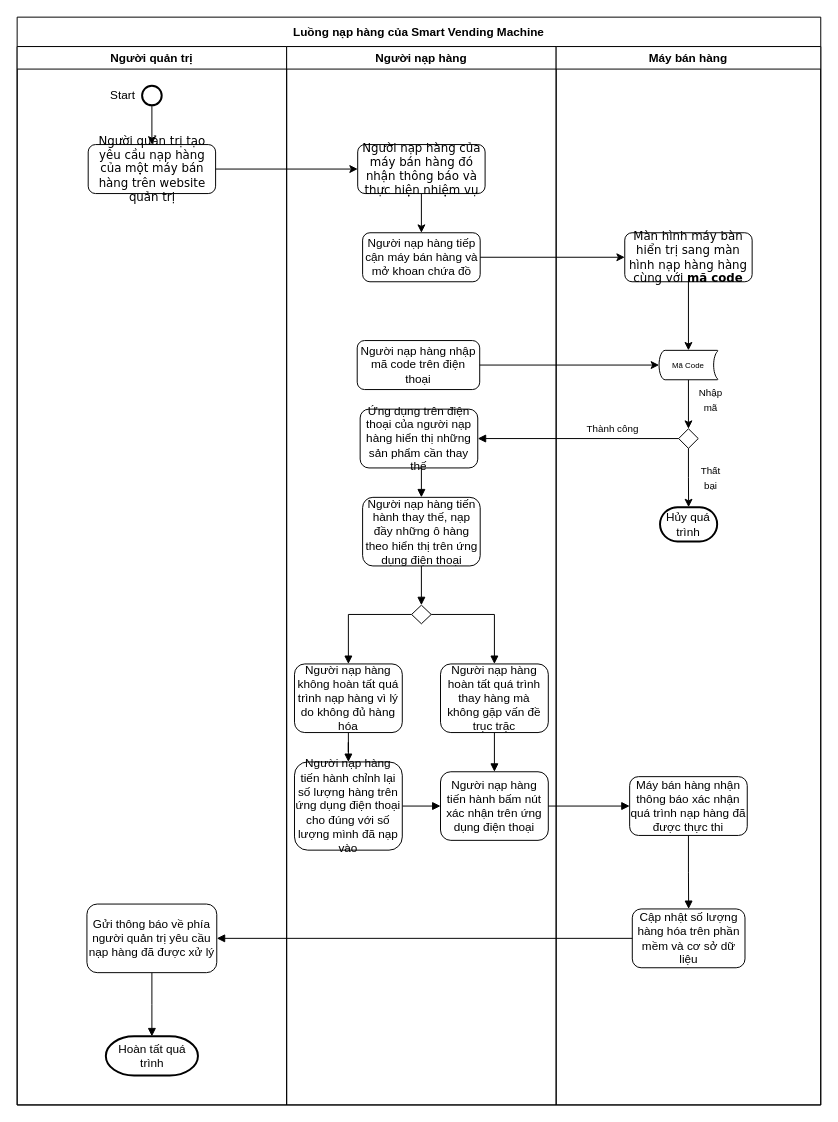
wardus3105/betatest keeps this draw.io diagram as page "Luồng nạp hàng" (1 of 2) of Untitled Diagram.drawio. Above is the earlier version. Source tidied: cells renumbered, new cells numbered last; positions are measured from the earlier drawing's top-left corner, leaving out a move shared by most shapes. Both pictures are drawn from the tidied source at 98%, with x=0, y=0 at pixel (17, 17).
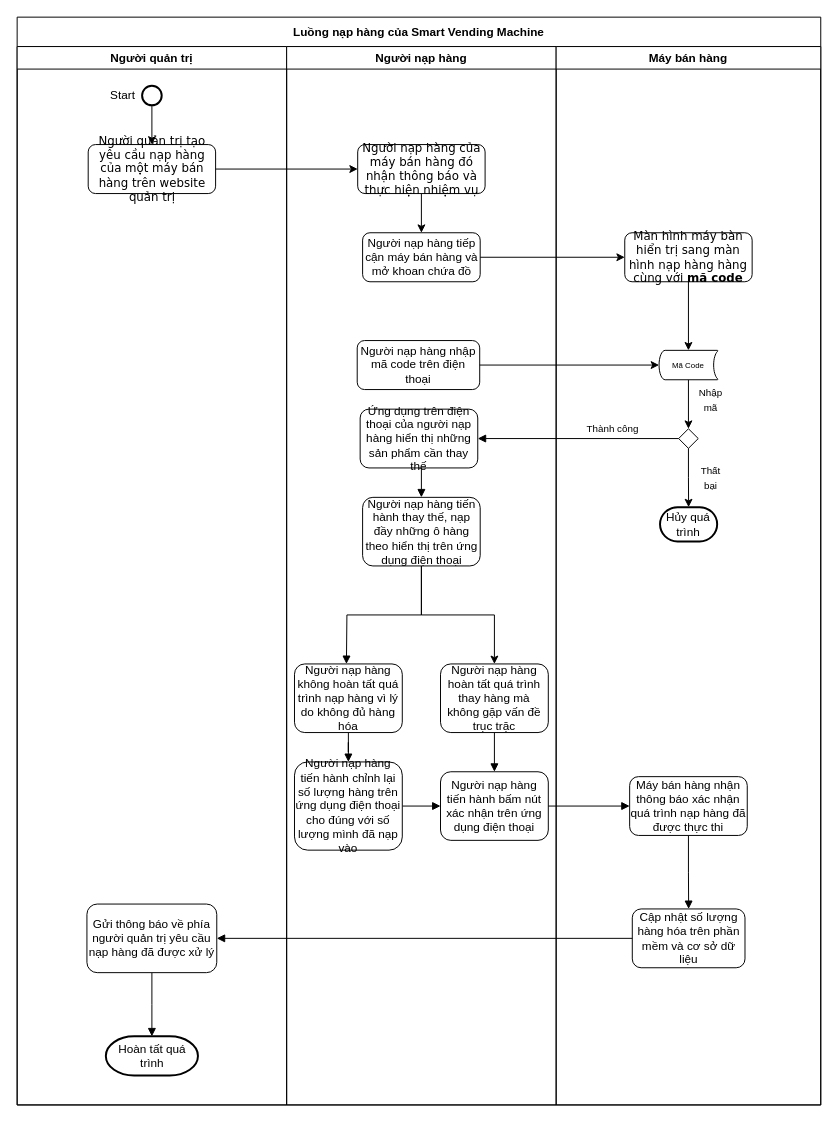
The same page after the edit.

The change refers to these unchanged cells:
```xml
<mxCell id="11" value="Người nạp hàng" style="swimlane;" parent="2" vertex="1">
  <mxGeometry x="275" y="30" width="275" height="1080" as="geometry" />
</mxCell>
<mxCell id="19" value="&lt;font style=&quot;font-size: 12px&quot;&gt;Người nạp hàng tiến hành thay thế, nạp đầy những ô hàng theo hiển thị trên ứng dụng điện thoại&lt;br&gt;&lt;/font&gt;" style="rounded=1;whiteSpace=wrap;html=1;strokeWidth=1;" parent="11" vertex="1">
  <mxGeometry x="77.5" y="460" width="120" height="70" as="geometry" />
</mxCell>
<mxCell id="23" value="&lt;font style=&quot;font-size: 12px&quot;&gt;Người nạp hàng không hoàn tất quá trình nạp hàng vì lý do không đủ hàng hóa&lt;br&gt;&lt;/font&gt;" style="rounded=1;whiteSpace=wrap;html=1;strokeWidth=1;" parent="11" vertex="1">
  <mxGeometry x="8" y="630" width="110" height="70" as="geometry" />
</mxCell>
<mxCell id="25" value="&lt;font style=&quot;font-size: 12px&quot;&gt;&lt;font style=&quot;font-size: 12px&quot;&gt;Người nạp hàng hoàn tất quá trình thay hàng mà không gặp vấn đề trục trặc&lt;/font&gt;&lt;br&gt;&lt;/font&gt;" style="rounded=1;whiteSpace=wrap;html=1;strokeWidth=1;" parent="11" vertex="1">
  <mxGeometry x="157" y="630" width="110" height="70" as="geometry" />
</mxCell>
```

Diff of the diagram source:
```diff
@@
-    <mxCell id="18" style="edgeStyle=orthogonalEdgeStyle;rounded=0;jettySize=auto;html=1;entryX=0.5;entryY=0;entryDx=0;entryDy=0;entryPerimeter=0;startArrow=none;startFill=0;endArrow=block;endFill=1;" parent="11" edge="1" source="19" target="21">
-      <mxGeometry relative="1" as="geometry" />
+    <mxCell id="18" style="edgeStyle=orthogonalEdgeStyle;rounded=0;jettySize=auto;html=1;startArrow=none;startFill=0;endArrow=block;endFill=1;exitX=0.5;exitY=1;exitDx=0;exitDy=0;" parent="11" edge="1" source="19">
+      <mxGeometry relative="1" as="geometry">
+        <mxPoint x="61" y="630" as="targetPoint" />
+      </mxGeometry>
     </mxCell>
+    <mxCell id="50" style="edgeStyle=orthogonalEdgeStyle;rounded=0;jettySize=auto;html=1;exitX=0.5;exitY=1;exitDx=0;exitDy=0;" parent="11" edge="1" source="19" target="25">
+      <mxGeometry relative="1" as="geometry" />
+    </mxCell>
@@
-    <mxCell id="20" style="edgeStyle=orthogonalEdgeStyle;rounded=0;jettySize=auto;html=1;entryX=0.5;entryY=0;entryDx=0;entryDy=0;startArrow=none;startFill=0;endArrow=block;endFill=1;" parent="11" edge="1" source="21" target="23">
-      <mxGeometry relative="1" as="geometry" />
-    </mxCell>
-    <mxCell id="21" style="strokeWidth=1;html=1;shape=mxgraph.flowchart.decision;whiteSpace=wrap;" parent="11" vertex="1">
-      <mxGeometry x="127.5" y="570" width="20" height="19" as="geometry" />
-    </mxCell>
@@
-    <mxCell id="26" style="edgeStyle=orthogonalEdgeStyle;rounded=0;jettySize=auto;html=1;startArrow=none;startFill=0;endArrow=block;endFill=1;entryX=0.5;entryY=0;entryDx=0;entryDy=0;" parent="11" edge="1" source="21" target="25">
-      <mxGeometry relative="1" as="geometry" />
-    </mxCell>
```
